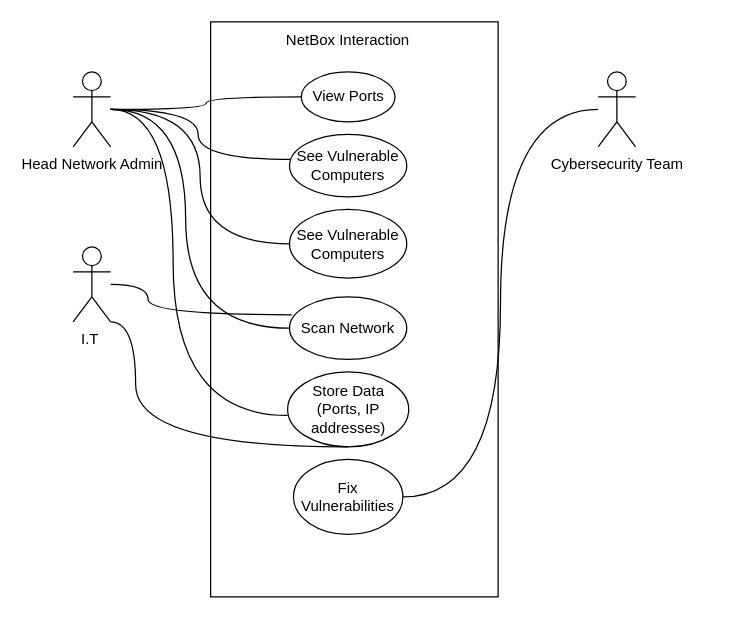
Earlier version of the draw.io diagram UseCaseDiagram.drawio (illusion173/NetBox). Source tidied: cells renumbered, new cells numbered last; positions are measured from the earlier drawing's top-left corner, leaving out a move shared by most shapes. Both pictures are drawn from the tidied source at 125%, with x=0, y=0 at pixel (72, 21).
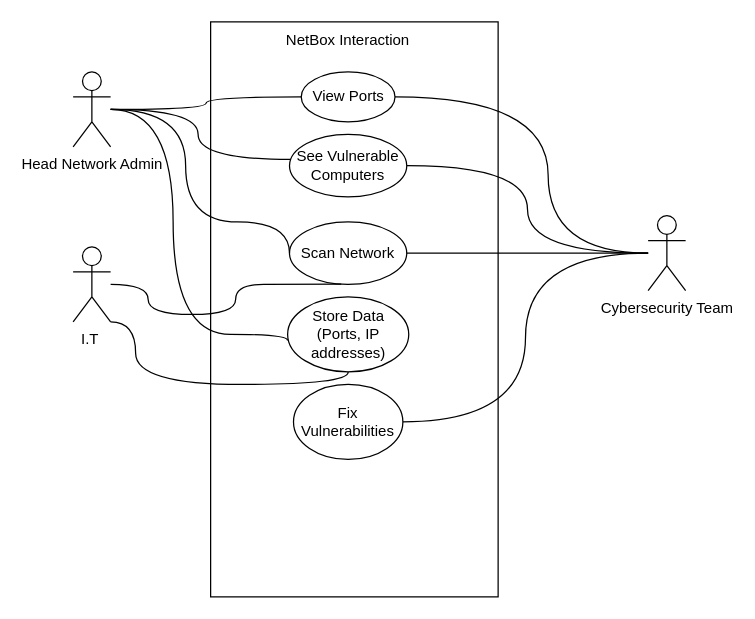
Above is the later version.

The change refers to these unchanged cells:
```xml
<mxCell id="2" value="Head Network Admin" style="shape=umlActor;verticalLabelPosition=bottom;verticalAlign=top;html=1;outlineConnect=0;" parent="1" vertex="1">
  <mxGeometry y="40" width="30" height="60" as="geometry" />
</mxCell>
<mxCell id="3" value="I.T&amp;nbsp;" style="shape=umlActor;verticalLabelPosition=bottom;verticalAlign=top;html=1;outlineConnect=0;" parent="1" vertex="1">
  <mxGeometry y="180" width="30" height="60" as="geometry" />
</mxCell>
<mxCell id="6" value="View Ports" style="ellipse;whiteSpace=wrap;html=1;" parent="1" vertex="1">
  <mxGeometry x="182.5" y="40" width="75" height="40" as="geometry" />
</mxCell>
<mxCell id="7" value="See Vulnerable Computers" style="ellipse;whiteSpace=wrap;html=1;" parent="1" vertex="1">
  <mxGeometry x="173.1" y="90" width="93.8" height="50" as="geometry" />
</mxCell>
```

Diff of the diagram source:
```diff
@@
-    <mxCell id="8" value="See Vulnerable Computers" style="ellipse;whiteSpace=wrap;html=1;" parent="1" vertex="1">
-      <mxGeometry x="173.1" y="150" width="93.8" height="55" as="geometry" />
-    </mxCell>
     <mxCell id="9" value="Scan Network" style="ellipse;whiteSpace=wrap;html=1;" parent="1" vertex="1">
-      <mxGeometry x="173.1" y="220" width="93.8" height="50" as="geometry" />
+      <mxGeometry x="173.1" y="160" width="93.8" height="50" as="geometry" />
     </mxCell>
     <mxCell id="10" value="Store Data&lt;br&gt;(Ports, IP addresses)" style="ellipse;whiteSpace=wrap;html=1;" parent="1" vertex="1">
-      <mxGeometry x="171.6" y="280" width="96.9" height="60" as="geometry" />
+      <mxGeometry x="171.6" y="220" width="96.9" height="60" as="geometry" />
     </mxCell>
@@
-    <mxCell id="13" style="edgeStyle=orthogonalEdgeStyle;jettySize=auto;html=1;entryX=0;entryY=0.5;entryDx=0;entryDy=0;endArrow=none;endFill=0;curved=1;" parent="1" edge="1" source="2" target="8">
-      <mxGeometry relative="1" as="geometry" />
-    </mxCell>
     <mxCell id="14" style="edgeStyle=orthogonalEdgeStyle;jettySize=auto;html=1;entryX=0;entryY=0.5;entryDx=0;entryDy=0;endArrow=none;endFill=0;curved=1;" parent="1" edge="1" source="2" target="9">
       <mxGeometry relative="1" as="geometry">
         <Array as="points">
           <mxPoint x="90" y="70" />
-          <mxPoint x="90" y="245" />
+          <mxPoint x="90" y="160" />
+          <mxPoint x="173" y="160" />
         </Array>
       </mxGeometry>
     </mxCell>
     <mxCell id="15" style="edgeStyle=orthogonalEdgeStyle;jettySize=auto;html=1;entryX=0;entryY=0.581;entryDx=0;entryDy=0;entryPerimeter=0;endArrow=none;endFill=0;curved=1;" parent="1" edge="1" source="2" target="10">
       <mxGeometry relative="1" as="geometry">
         <Array as="points">
           <mxPoint x="80" y="70" />
-          <mxPoint x="80" y="315" />
+          <mxPoint x="80" y="250" />
+          <mxPoint x="172" y="250" />
         </Array>
       </mxGeometry>
     </mxCell>
-    <mxCell id="16" style="edgeStyle=orthogonalEdgeStyle;jettySize=auto;html=1;entryX=0.02;entryY=0.286;entryDx=0;entryDy=0;entryPerimeter=0;endArrow=none;endFill=0;curved=1;" parent="1" edge="1" source="3" target="9">
+    <mxCell id="16" style="edgeStyle=orthogonalEdgeStyle;jettySize=auto;html=1;entryX=0.441;entryY=0.994;entryDx=0;entryDy=0;entryPerimeter=0;endArrow=none;endFill=0;curved=1;" parent="1" edge="1" source="3" target="9">
       <mxGeometry relative="1" as="geometry">
         <Array as="points">
           <mxPoint x="60" y="210" />
           <mxPoint x="60" y="234" />
+          <mxPoint x="130" y="234" />
+          <mxPoint x="130" y="210" />
+          <mxPoint x="175" y="210" />
         </Array>
       </mxGeometry>
     </mxCell>
     <mxCell id="17" style="edgeStyle=orthogonalEdgeStyle;jettySize=auto;html=1;endArrow=none;endFill=0;entryX=0.5;entryY=1;entryDx=0;entryDy=0;curved=1;exitX=1;exitY=1;exitDx=0;exitDy=0;exitPerimeter=0;" parent="1" edge="1" source="3" target="10">
       <mxGeometry relative="1" as="geometry">
         <Array as="points">
           <mxPoint x="50" y="240" />
-          <mxPoint x="50" y="340" />
+          <mxPoint x="50" y="290" />
+          <mxPoint x="220" y="290" />
         </Array>
       </mxGeometry>
     </mxCell>
@@
+    <mxCell id="21" style="edgeStyle=orthogonalEdgeStyle;curved=1;jettySize=auto;html=1;entryX=1;entryY=0.5;entryDx=0;entryDy=0;endArrow=none;endFill=0;" parent="1" edge="1" source="19" target="7">
+      <mxGeometry relative="1" as="geometry" />
+    </mxCell>
+    <mxCell id="22" style="edgeStyle=orthogonalEdgeStyle;curved=1;jettySize=auto;html=1;entryX=1;entryY=0.5;entryDx=0;entryDy=0;endArrow=none;endFill=0;" parent="1" edge="1" source="19" target="9">
+      <mxGeometry relative="1" as="geometry" />
+    </mxCell>
+    <mxCell id="23" style="edgeStyle=orthogonalEdgeStyle;curved=1;jettySize=auto;html=1;entryX=1;entryY=0.5;entryDx=0;entryDy=0;endArrow=none;endFill=0;" parent="1" edge="1" source="19" target="6">
+      <mxGeometry relative="1" as="geometry">
+        <Array as="points">
+          <mxPoint x="380" y="185" />
+          <mxPoint x="380" y="60" />
+        </Array>
+      </mxGeometry>
+    </mxCell>
     <mxCell id="19" value="Cybersecurity Team" style="shape=umlActor;verticalLabelPosition=bottom;verticalAlign=top;html=1;outlineConnect=0;" parent="1" vertex="1">
-      <mxGeometry x="420" y="40" width="30" height="60" as="geometry" />
+      <mxGeometry x="460" y="155" width="30" height="60" as="geometry" />
     </mxCell>
     <mxCell id="20" value="Fix Vulnerabilities" style="ellipse;whiteSpace=wrap;html=1;" parent="1" vertex="1">
-      <mxGeometry x="176.3" y="350" width="87.5" height="60" as="geometry" />
+      <mxGeometry x="176.3" y="290" width="87.5" height="60" as="geometry" />
     </mxCell>
```
